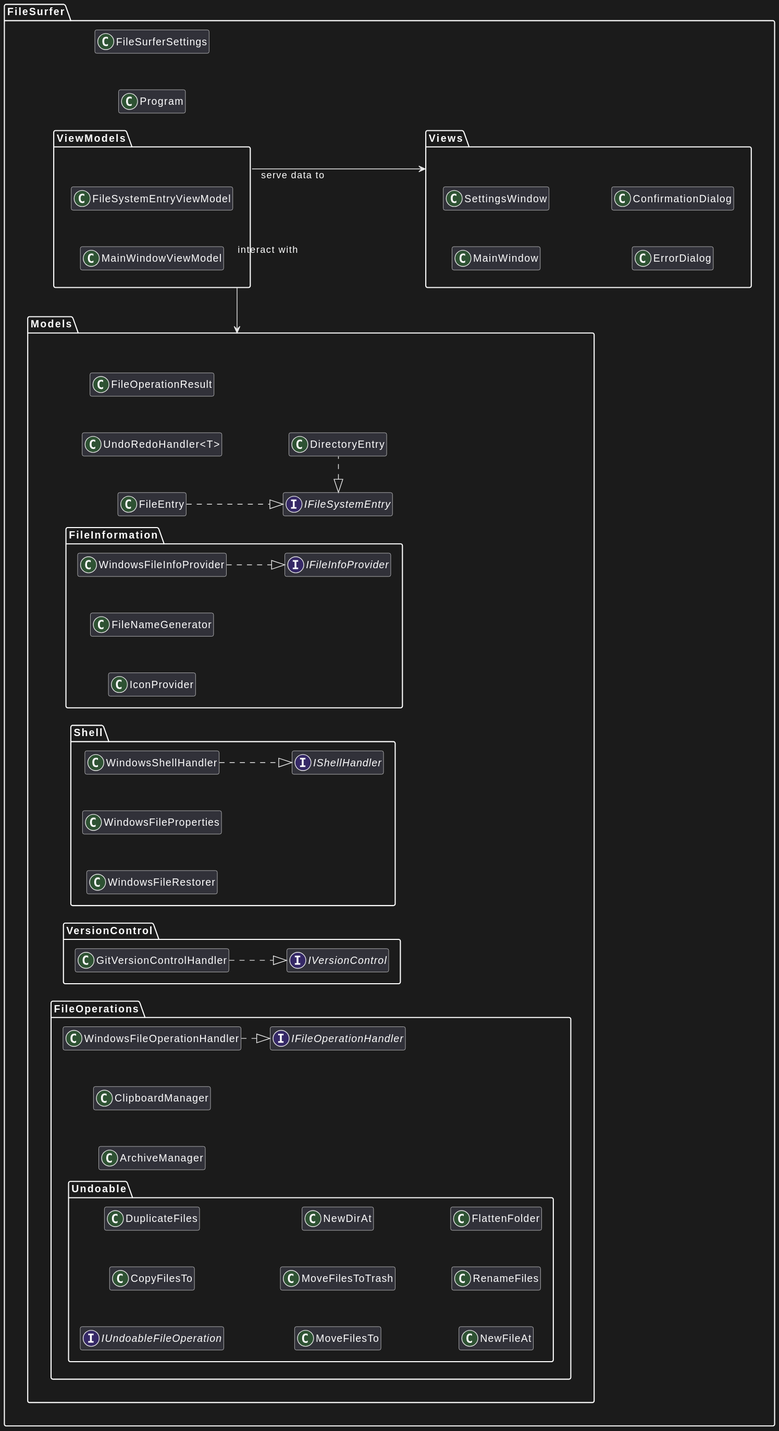
The PlantUML diagram docs/Specification/assets/class-composition.svg in JANECEA/FileSurfer, before a commit.
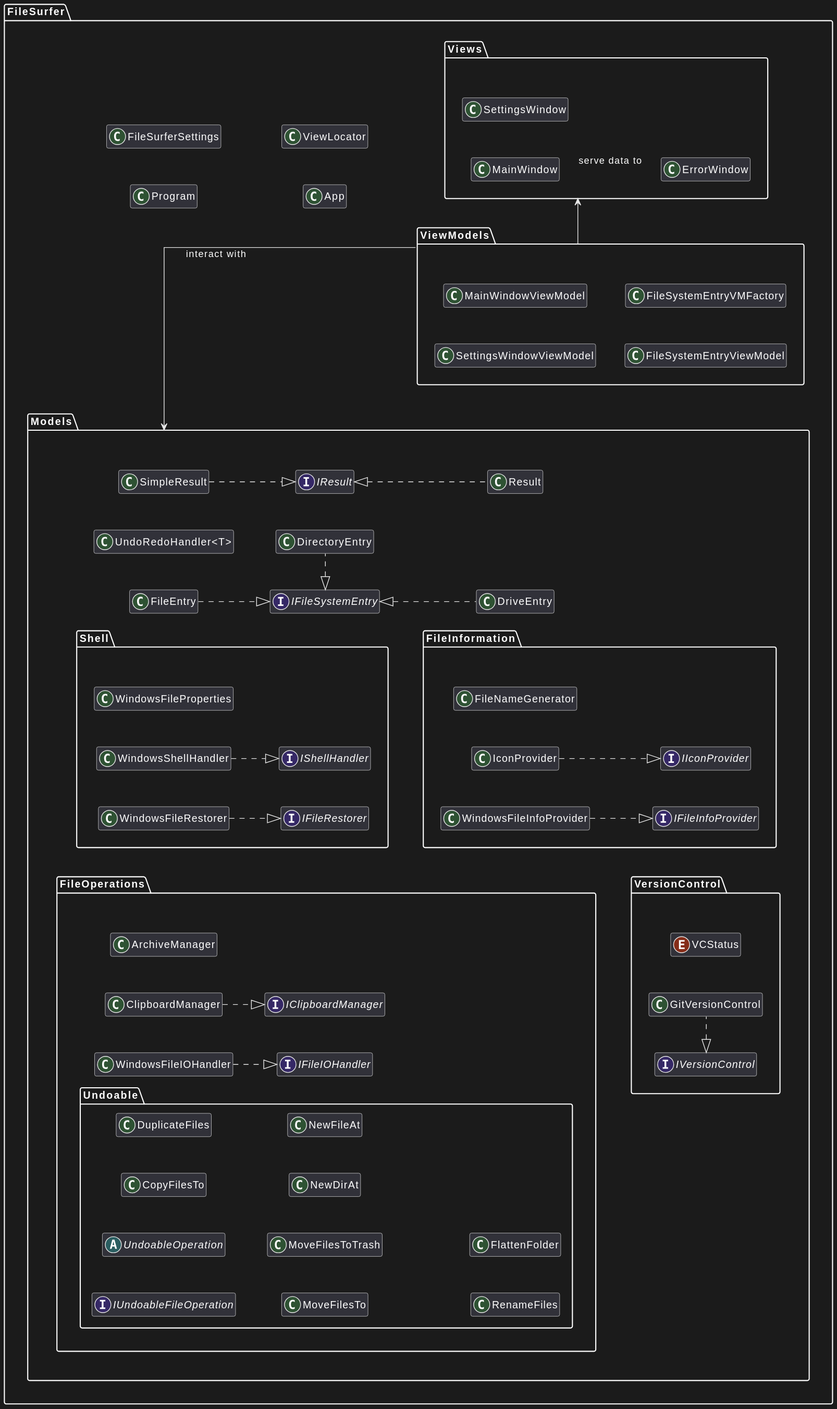
The same file after the commit.

The edit, as a diff of the source:
```diff
@@ -5,79 +5,101 @@
 skinparam ranksep 40
 hide empty members
 
-
 namespace FileSurfer {
     class Program
     class FileSurferSettings
+    class App
+    class ViewLocator
 }
 
 namespace FileSurfer.Models {
     interface IFileSystemEntry
     class FileEntry
     class DirectoryEntry
+    class DriveEntry
     class "UndoRedoHandler<T>"
-    class FileOperationResult
+    interface IResult
+    class SimpleResult
+    class Result
 
     namespace FileOperations {
-	interface IFileOperationHandler
-	class ArchiveManager
-	class ClipboardManager
-	class WindowsFileOperationHandler
+        interface IFileIOHandler
+        class WindowsFileIOHandler
+        interface IClipboardManager
+        class ClipboardManager
+        class ArchiveManager
 
-	namespace Undoable {
-	    interface IUndoableFileOperation
-	    class CopyFilesTo
-	    class DuplicateFiles
-	    class MoveFilesTo
-	    class MoveFilesToTrash
-	    class NewDirAt
-	    class NewFileAt
-	    class RenameFiles
-	    class FlattenFolder
-	}
+        namespace Undoable {
+            interface IUndoableFileOperation
+            abstract UndoableOperation
+            class CopyFilesTo
+            class DuplicateFiles
+            class MoveFilesTo
+            class MoveFilesToTrash
+            class NewDirAt
+            class NewFileAt
+            class RenameFiles
+            class FlattenFolder
+        }
     }
 
     namespace VersionControl {
-	interface IVersionControl
-	class GitVersionControlHandler
+        interface IVersionControl
+        class GitVersionControl
+        enum VCStatus
     }
 
     namespace Shell {
-	class WindowsFileRestorer
-	class WindowsFileProperties
-	interface IShellHandler
-	class WindowsShellHandler
+        interface IFileRestorer
+        class WindowsFileRestorer
+        interface IShellHandler
+        class WindowsShellHandler
+        class WindowsFileProperties
     }
 
     namespace FileInformation {
-	interface IFileInfoProvider
-	class IconProvider
-	class FileNameGenerator
-	class WindowsFileInfoProvider
+        interface IFileInfoProvider
+        class WindowsFileInfoProvider
+        interface IIconProvider
+        class IconProvider
+        class FileNameGenerator
     }
 }
 
 namespace FileSurfer.ViewModels {
+    class SettingsWindowViewModel
     class MainWindowViewModel
     class FileSystemEntryViewModel
+    class FileSystemEntryVMFactory
 }
 
 namespace FileSurfer.Views {
     class MainWindow
     class SettingsWindow
-    class ErrorDialog
-    class ConfirmationDialog
+    class ErrorWindow
 }
 
 
-FileSurfer.ViewModels -r-> FileSurfer.Models : interact with
-FileSurfer.ViewModels -d--> FileSurfer.Views : serve data to
+FileSurfer.ViewModels -u--> FileSurfer.Models : interact with
+FileSurfer.ViewModels -r--> FileSurfer.Views : serve data to
 
 FileSurfer.Models.Shell.WindowsShellHandler ..|> FileSurfer.Models.Shell.IShellHandler
+FileSurfer.Models.Shell.WindowsFileRestorer ..|> FileSurfer.Models.Shell.IFileRestorer
+
 FileSurfer.Models.FileInformation.WindowsFileInfoProvider ..|> FileSurfer.Models.FileInformation.IFileInfoProvider
-FileSurfer.Models.VersionControl.GitVersionControlHandler ..|> FileSurfer.Models.VersionControl.IVersionControl
-FileSurfer.Models.FileOperations.WindowsFileOperationHandler ..|> FileSurfer.Models.FileOperations.IFileOperationHandler
+FileSurfer.Models.FileInformation.IconProvider ..|> FileSurfer.Models.FileInformation.IIconProvider
+
+FileSurfer.Models.VersionControl.GitVersionControl ..l|> FileSurfer.Models.VersionControl.IVersionControl
+
+FileSurfer.Models.FileOperations.WindowsFileIOHandler ..|> FileSurfer.Models.FileOperations.IFileIOHandler
+FileSurfer.Models.FileOperations.ClipboardManager ..|> FileSurfer.Models.FileOperations.IClipboardManager
 
 FileSurfer.Models.FileEntry ..d|> FileSurfer.Models.IFileSystemEntry
 FileSurfer.Models.DirectoryEntry ..l|> FileSurfer.Models.IFileSystemEntry
+FileSurfer.Models.DriveEntry ..u|> FileSurfer.Models.IFileSystemEntry
+FileSurfer.Models.Result ..u|> FileSurfer.Models.IResult
+FileSurfer.Models.SimpleResult ..d|> FileSurfer.Models.IResult
+
+FileSurfer.Models.FileInformation --u[hidden]-> FileSurfer.Models.Shell
+FileSurfer.Models.FileOperations ---d[hidden]-> FileSurfer.Models.VersionControl
 @enduml
```
